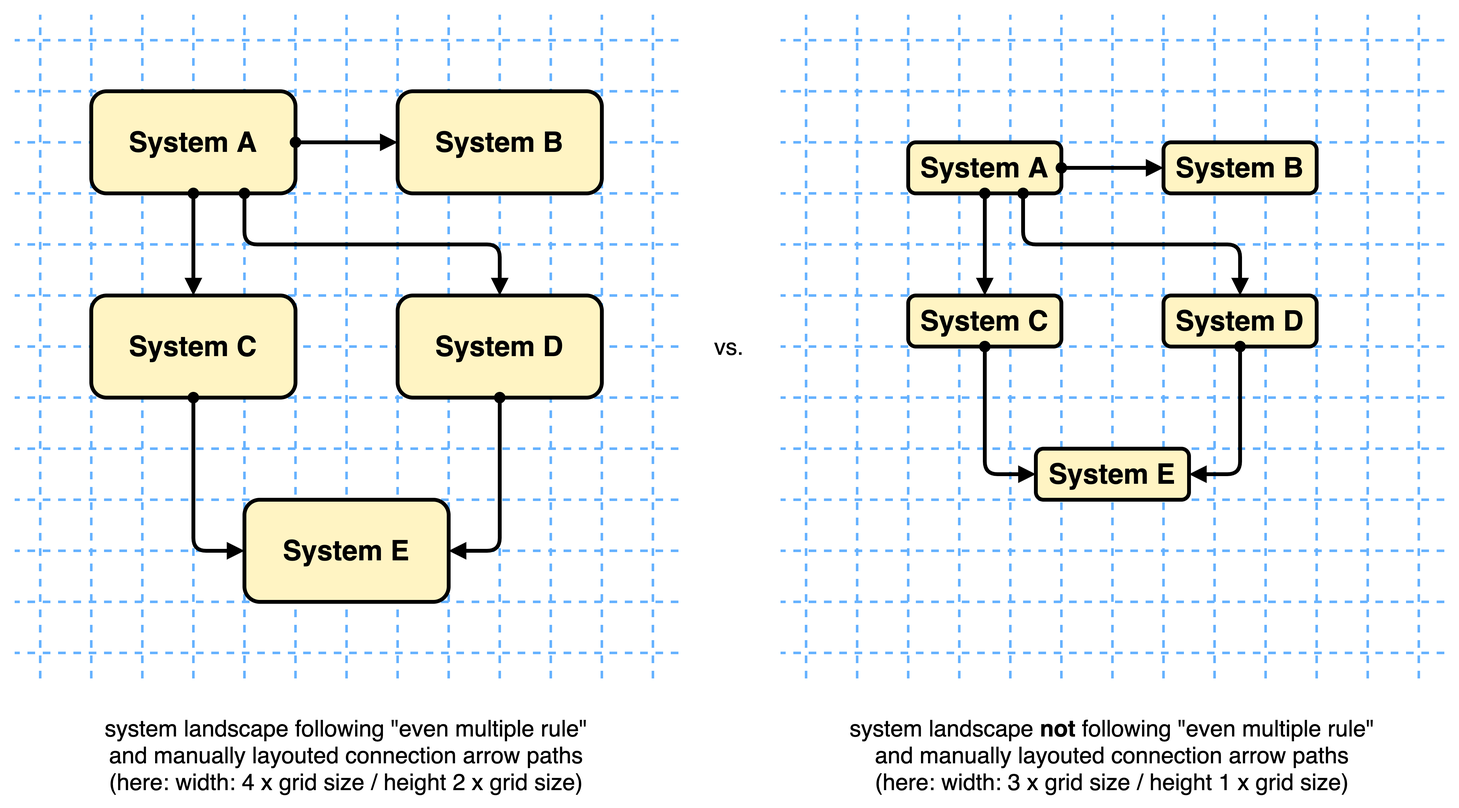
martinleggewie/visual-tips-for-creating-schematic-diagrams keeps this draw.io diagram as diagrams/box-guideline_even-multiple-rule_2.png. Above is the earlier version. Source tidied: cells renumbered, new cells last; positions are measured from the earlier drawing's top-left corner, leaving out a move shared by most shapes.
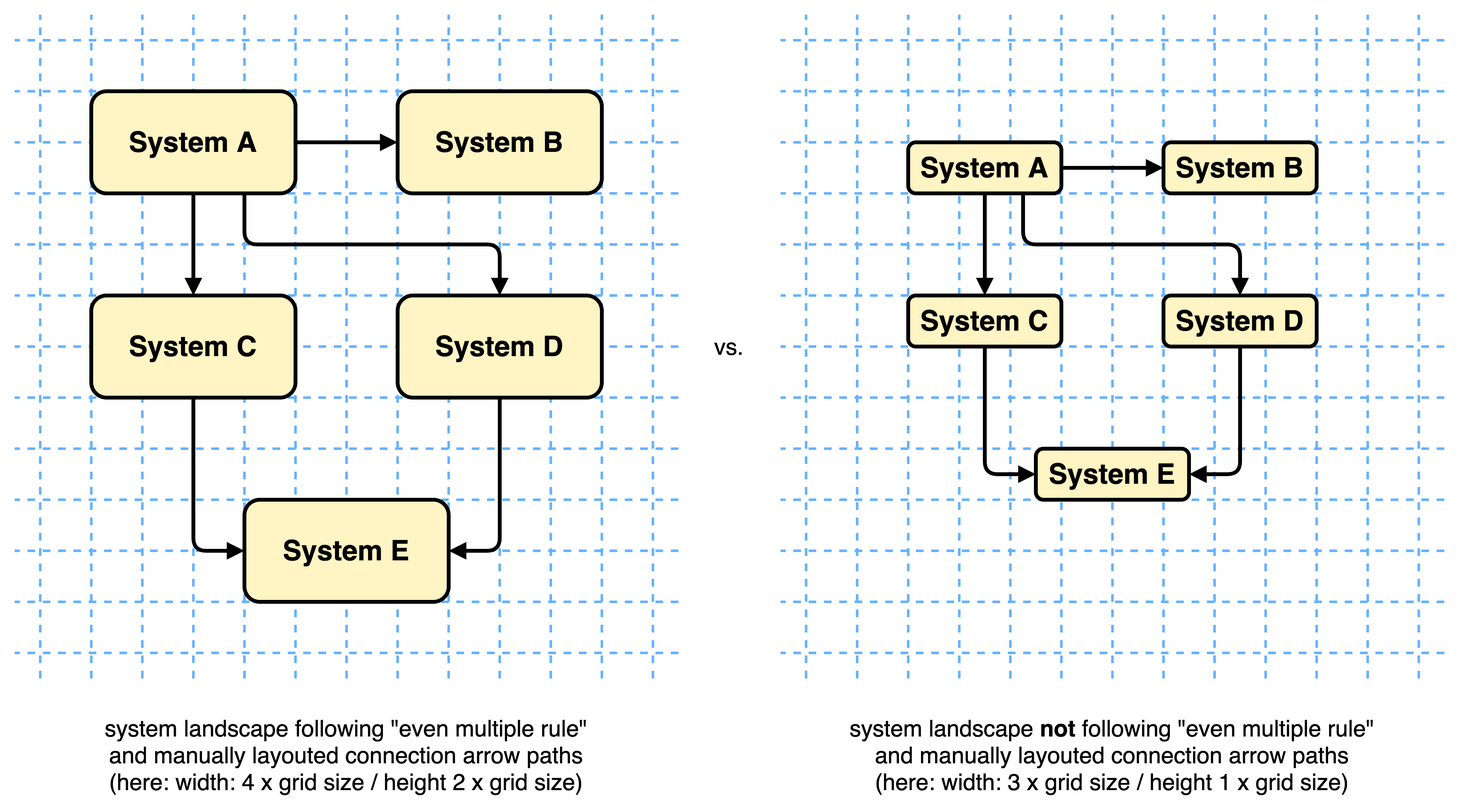
After the change.

Diff of the diagram source:
```diff
@@ -328,7 +328,7 @@
     <mxCell id="59" value="System B" style="rounded=1;whiteSpace=wrap;html=1;strokeWidth=3;fontSize=22;fontStyle=1;fillColor=#FFF4C3;" parent="57" vertex="1">
       <mxGeometry x="310" y="70" width="160" height="80" as="geometry" />
     </mxCell>
-    <mxCell id="60" style="edgeStyle=none;rounded=0;jettySize=auto;html=1;startArrow=oval;startFill=1;endArrow=block;endFill=1;strokeWidth=3;fontSize=22;" parent="57" edge="1" source="58" target="59">
+    <mxCell id="60" style="edgeStyle=none;rounded=0;jettySize=auto;html=1;startArrow=none;startFill=0;endArrow=block;endFill=1;strokeWidth=3;fontSize=22;" parent="57" edge="1" source="58" target="59">
       <mxGeometry relative="1" as="geometry" />
     </mxCell>
     <mxCell id="61" value="system landscape following &quot;even multiple rule&quot;&lt;br&gt;and manually layouted connection arrow paths&lt;br style=&quot;font-size: 18px&quot;&gt;(here:&amp;nbsp;&lt;span style=&quot;font-size: 18px&quot;&gt;width: 4 x grid size /&amp;nbsp;&lt;/span&gt;&lt;span style=&quot;font-size: 18px&quot;&gt;height 2 x grid size)&lt;/span&gt;&lt;span style=&quot;font-size: 18px&quot;&gt;&lt;br style=&quot;font-size: 18px&quot;&gt;&lt;/span&gt;" style="text;html=1;strokeColor=none;fillColor=none;align=center;verticalAlign=middle;whiteSpace=wrap;rounded=0;fontSize=18;" parent="57" vertex="1">
@@ -340,7 +340,7 @@
     <mxCell id="63" value="System C" style="rounded=1;whiteSpace=wrap;html=1;strokeWidth=3;fontSize=22;fontStyle=1;fillColor=#FFF4C3;" parent="57" vertex="1">
       <mxGeometry x="70" y="230" width="160" height="80" as="geometry" />
     </mxCell>
-    <mxCell id="64" style="edgeStyle=none;rounded=0;jettySize=auto;html=1;fontSize=22;startArrow=oval;startFill=1;endArrow=block;endFill=1;strokeWidth=3;" parent="57" edge="1" source="58" target="63">
+    <mxCell id="64" style="edgeStyle=none;rounded=0;jettySize=auto;html=1;fontSize=22;startArrow=none;startFill=0;endArrow=block;endFill=1;strokeWidth=3;" parent="57" edge="1" source="58" target="63">
       <mxGeometry relative="1" as="geometry" />
     </mxCell>
     <mxCell id="65" value="System A" style="rounded=1;whiteSpace=wrap;html=1;strokeWidth=3;fontSize=22;fontStyle=1;fillColor=#FFF4C3;" parent="57" vertex="1">
@@ -349,13 +349,13 @@
     <mxCell id="66" value="System B" style="rounded=1;whiteSpace=wrap;html=1;strokeWidth=3;fontSize=22;fontStyle=1;fillColor=#FFF4C3;" parent="57" vertex="1">
       <mxGeometry x="910" y="110" width="120" height="40" as="geometry" />
     </mxCell>
-    <mxCell id="67" style="edgeStyle=none;rounded=0;jettySize=auto;html=1;startArrow=oval;startFill=1;endArrow=block;endFill=1;strokeWidth=3;fontSize=22;" parent="57" edge="1" source="65" target="66">
+    <mxCell id="67" style="edgeStyle=none;rounded=0;jettySize=auto;html=1;startArrow=none;startFill=0;endArrow=block;endFill=1;strokeWidth=3;fontSize=22;" parent="57" edge="1" source="65" target="66">
       <mxGeometry relative="1" as="geometry" />
     </mxCell>
     <mxCell id="68" value="System C" style="rounded=1;whiteSpace=wrap;html=1;strokeWidth=3;fontSize=22;fontStyle=1;fillColor=#FFF4C3;" parent="57" vertex="1">
       <mxGeometry x="710" y="230" width="120" height="40" as="geometry" />
     </mxCell>
-    <mxCell id="69" style="edgeStyle=none;rounded=0;jettySize=auto;html=1;fontSize=22;startArrow=oval;startFill=1;endArrow=block;endFill=1;strokeWidth=3;" parent="57" edge="1" source="65" target="68">
+    <mxCell id="69" style="edgeStyle=none;rounded=0;jettySize=auto;html=1;fontSize=22;startArrow=none;startFill=0;endArrow=block;endFill=1;strokeWidth=3;" parent="57" edge="1" source="65" target="68">
       <mxGeometry relative="1" as="geometry" />
     </mxCell>
     <mxCell id="70" value="system landscape &lt;b&gt;not&lt;/b&gt; following &quot;even multiple rule&quot;&lt;br&gt;and manually layouted connection arrow paths&lt;br&gt;(here:&amp;nbsp;&lt;span style=&quot;font-size: 18px&quot;&gt;width: 3 x grid size /&amp;nbsp;&lt;/span&gt;&lt;span style=&quot;font-size: 18px&quot;&gt;height 1 x grid size)&lt;/span&gt;&lt;span style=&quot;font-size: 18px&quot;&gt;&lt;br style=&quot;font-size: 18px&quot;&gt;&lt;/span&gt;" style="text;html=1;strokeColor=none;fillColor=none;align=center;verticalAlign=middle;whiteSpace=wrap;rounded=0;fontSize=18;" parent="57" vertex="1">
@@ -364,7 +364,7 @@
     <mxCell id="71" value="System D" style="rounded=1;whiteSpace=wrap;html=1;strokeWidth=3;fontSize=22;fontStyle=1;fillColor=#FFF4C3;" parent="57" vertex="1">
       <mxGeometry x="310" y="230" width="160" height="80" as="geometry" />
     </mxCell>
-    <mxCell id="72" style="edgeStyle=none;rounded=1;jettySize=auto;html=1;fontSize=22;startArrow=oval;startFill=1;endArrow=block;endFill=1;strokeWidth=3;exitX=0.75;exitY=1;exitDx=0;exitDy=0;" parent="57" edge="1" source="58" target="71">
+    <mxCell id="72" style="edgeStyle=none;rounded=1;jettySize=auto;html=1;fontSize=22;startArrow=none;startFill=0;endArrow=block;endFill=1;strokeWidth=3;exitX=0.75;exitY=1;exitDx=0;exitDy=0;" parent="57" edge="1" source="58" target="71">
       <mxGeometry relative="1" as="geometry">
         <Array as="points">
           <mxPoint x="190" y="190" />
@@ -375,14 +375,14 @@
     <mxCell id="73" value="System E" style="rounded=1;whiteSpace=wrap;html=1;strokeWidth=3;fontSize=22;fontStyle=1;fillColor=#FFF4C3;" parent="57" vertex="1">
       <mxGeometry x="190" y="390" width="160" height="80" as="geometry" />
     </mxCell>
-    <mxCell id="74" style="edgeStyle=none;rounded=1;jettySize=auto;html=1;fontSize=22;startArrow=oval;startFill=1;endArrow=block;endFill=1;strokeWidth=3;" parent="57" edge="1" source="63" target="73">
+    <mxCell id="74" style="edgeStyle=none;rounded=1;jettySize=auto;html=1;fontSize=22;startArrow=none;startFill=0;endArrow=block;endFill=1;strokeWidth=3;" parent="57" edge="1" source="63" target="73">
       <mxGeometry relative="1" as="geometry">
         <Array as="points">
           <mxPoint x="150" y="430" />
         </Array>
       </mxGeometry>
     </mxCell>
-    <mxCell id="75" style="edgeStyle=none;rounded=1;jettySize=auto;html=1;fontSize=22;startArrow=oval;startFill=1;endArrow=block;endFill=1;strokeWidth=3;" parent="57" edge="1" source="71" target="73">
+    <mxCell id="75" style="edgeStyle=none;rounded=1;jettySize=auto;html=1;fontSize=22;startArrow=none;startFill=0;endArrow=block;endFill=1;strokeWidth=3;" parent="57" edge="1" source="71" target="73">
       <mxGeometry relative="1" as="geometry">
         <Array as="points">
           <mxPoint x="390" y="430" />
@@ -392,7 +392,7 @@
     <mxCell id="76" value="System D" style="rounded=1;whiteSpace=wrap;html=1;strokeWidth=3;fontSize=22;fontStyle=1;fillColor=#FFF4C3;" parent="57" vertex="1">
       <mxGeometry x="910" y="230" width="120" height="40" as="geometry" />
     </mxCell>
-    <mxCell id="77" style="edgeStyle=none;rounded=1;jettySize=auto;html=1;fontSize=22;startArrow=oval;startFill=1;endArrow=block;endFill=1;strokeWidth=3;exitX=0.75;exitY=1;exitDx=0;exitDy=0;" parent="57" edge="1" source="65" target="76">
+    <mxCell id="77" style="edgeStyle=none;rounded=1;jettySize=auto;html=1;fontSize=22;startArrow=none;startFill=0;endArrow=block;endFill=1;strokeWidth=3;exitX=0.75;exitY=1;exitDx=0;exitDy=0;" parent="57" edge="1" source="65" target="76">
       <mxGeometry relative="1" as="geometry">
         <Array as="points">
           <mxPoint x="800" y="190" />
@@ -403,14 +403,14 @@
     <mxCell id="78" value="System E" style="rounded=1;whiteSpace=wrap;html=1;strokeWidth=3;fontSize=22;fontStyle=1;fillColor=#FFF4C3;" parent="57" vertex="1">
       <mxGeometry x="810" y="350" width="120" height="40" as="geometry" />
     </mxCell>
-    <mxCell id="79" style="edgeStyle=none;rounded=1;jettySize=auto;html=1;fontSize=22;startArrow=oval;startFill=1;endArrow=block;endFill=1;strokeWidth=3;" parent="57" edge="1" source="68" target="78">
+    <mxCell id="79" style="edgeStyle=none;rounded=1;jettySize=auto;html=1;fontSize=22;startArrow=none;startFill=0;endArrow=block;endFill=1;strokeWidth=3;" parent="57" edge="1" source="68" target="78">
       <mxGeometry relative="1" as="geometry">
         <Array as="points">
           <mxPoint x="770" y="370" />
         </Array>
       </mxGeometry>
     </mxCell>
-    <mxCell id="80" style="edgeStyle=none;rounded=1;jettySize=auto;html=1;fontSize=22;startArrow=oval;startFill=1;endArrow=block;endFill=1;strokeWidth=3;" parent="57" edge="1" source="76" target="78">
+    <mxCell id="80" style="edgeStyle=none;rounded=1;jettySize=auto;html=1;fontSize=22;startArrow=none;startFill=0;endArrow=block;endFill=1;strokeWidth=3;" parent="57" edge="1" source="76" target="78">
       <mxGeometry relative="1" as="geometry">
         <Array as="points">
           <mxPoint x="970" y="370" />
```
